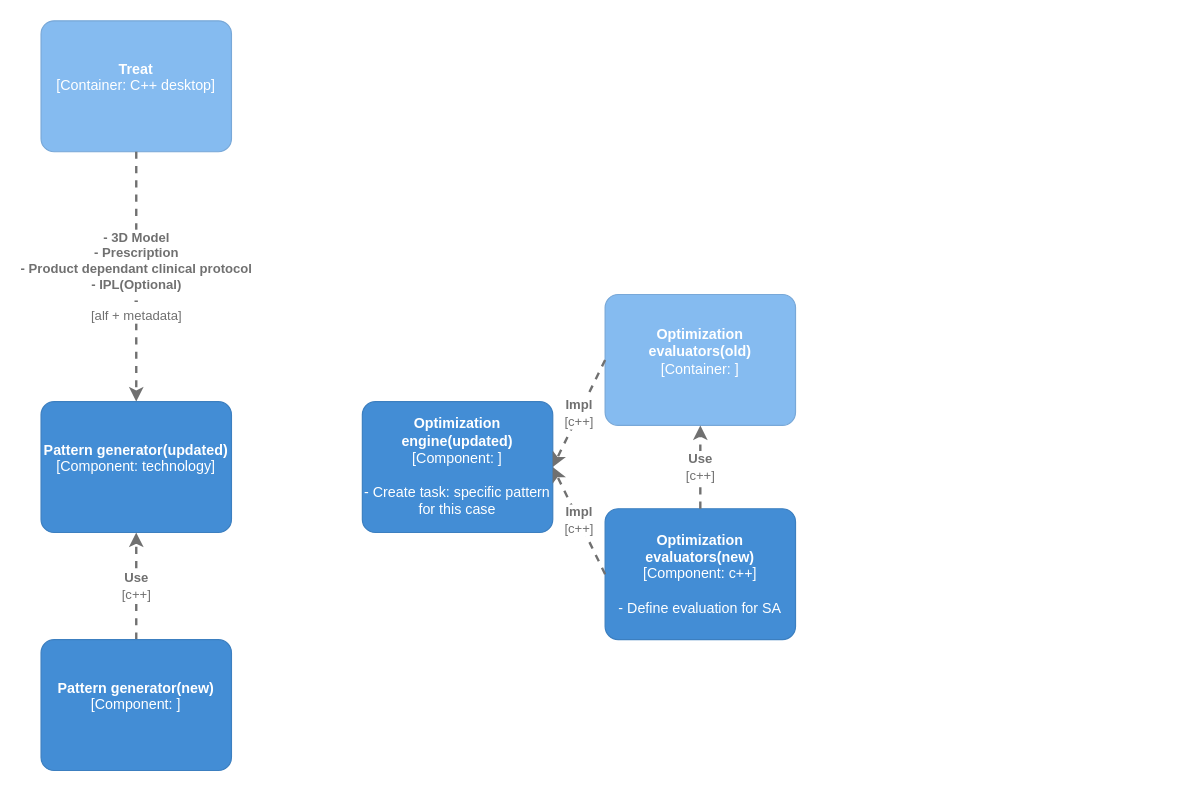
This is systemcontext/sa_treat_thor.drawio from szaluzhskiy/sma_architecture_diagrams, a draw.io file, before an edit. Source tidied: cells renumbered, new cells numbered last; positions are measured from the earlier drawing's top-left corner, leaving out a move shared by most shapes. Both pictures are drawn from the tidied source at 119%, with x=0, y=0 at pixel (40, 20).
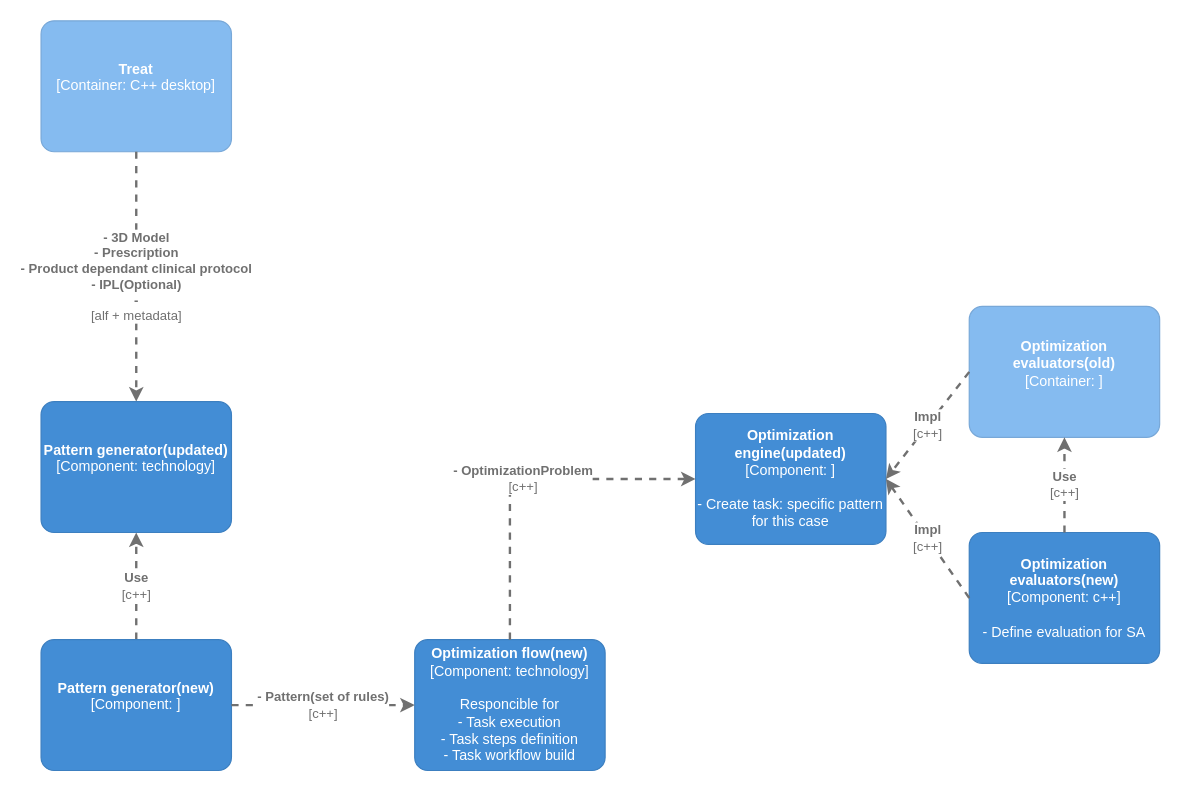
The same diagram, later.

The change refers to these unchanged cells:
```xml
<object id="12" label="&lt;b&gt;%c4Name%&lt;/b&gt;&lt;div&gt;[%c4Type%: %c4Technology%]&lt;/div&gt;&lt;br&gt;&lt;div&gt;%c4Description%&lt;/div&gt;" c4Description="" c4Name="Pattern generator(new)" c4Technology="" c4Type="Component" placeholders="1">
  <mxCell style="rounded=1;whiteSpace=wrap;html=1;labelBackgroundColor=none;fillColor=#438DD5;fontColor=#ffffff;align=center;arcSize=10;strokeColor=#3C7FC0;metaData={&quot;c4Type&quot;:{&quot;editable&quot;:false}};points=[[0.25,0,0],[0.5,0,0],[0.75,0,0],[1,0.25,0],[1,0.5,0],[1,0.75,0],[0.75,1,0],[0.5,1,0],[0.25,1,0],[0,0.75,0],[0,0.5,0],[0,0.25,0]];" parent="1" vertex="1">
    <mxGeometry y="520" width="160" height="110" as="geometry" />
  </mxCell>
</object>
```

The edit, as a diff of the source:
```diff
@@
     <object id="3" label="&lt;b&gt;%c4Name%&lt;/b&gt;&lt;div&gt;[%c4Type%: %c4Technology%]&lt;/div&gt;&lt;br&gt;&lt;div&gt;%c4Description%&lt;/div&gt;" c4Description="- Create task: specific pattern for this case&#10;" c4Name="Optimization engine(updated)" c4Technology="" c4Type="Component" placeholders="1">
       <mxCell style="rounded=1;whiteSpace=wrap;html=1;labelBackgroundColor=none;fillColor=#438DD5;fontColor=#ffffff;align=center;arcSize=10;strokeColor=#3C7FC0;metaData={&quot;c4Type&quot;:{&quot;editable&quot;:false}};points=[[0.25,0,0],[0.5,0,0],[0.75,0,0],[1,0.25,0],[1,0.5,0],[1,0.75,0],[0.75,1,0],[0.5,1,0],[0.25,1,0],[0,0.75,0],[0,0.5,0],[0,0.25,0]];" parent="1" vertex="1">
-        <mxGeometry x="270" y="320" width="160" height="110" as="geometry" />
+        <mxGeometry x="550" y="330" width="160" height="110" as="geometry" />
       </mxCell>
     </object>
@@
     <object id="5" label="&lt;b&gt;%c4Name%&lt;/b&gt;&lt;div&gt;[%c4Type%: %c4Technology%]&lt;/div&gt;&lt;br&gt;&lt;div&gt;%c4Description%&lt;/div&gt;" c4Description="- Define evaluation for SA " c4Name="Optimization evaluators(new)" c4Technology="c++" c4Type="Component" placeholders="1">
       <mxCell style="rounded=1;whiteSpace=wrap;html=1;labelBackgroundColor=none;fillColor=#438DD5;fontColor=#ffffff;align=center;arcSize=10;strokeColor=#3C7FC0;metaData={&quot;c4Type&quot;:{&quot;editable&quot;:false}};points=[[0.25,0,0],[0.5,0,0],[0.75,0,0],[1,0.25,0],[1,0.5,0],[1,0.75,0],[0.75,1,0],[0.5,1,0],[0.25,1,0],[0,0.75,0],[0,0.5,0],[0,0.25,0]];" parent="1" vertex="1">
-        <mxGeometry x="474" y="410" width="160" height="110" as="geometry" />
+        <mxGeometry x="780" y="430" width="160" height="110" as="geometry" />
       </mxCell>
     </object>
     <object id="6" label="&lt;b&gt;%c4Name%&lt;/b&gt;&lt;div&gt;[%c4Type%: %c4Technology%]&lt;/div&gt;&lt;br&gt;&lt;div&gt;%c4Description%&lt;/div&gt;" c4Description="" c4Name="Optimization evaluators(old)" c4Technology="" c4Type="Container" placeholders="1">
       <mxCell style="rounded=1;whiteSpace=wrap;html=1;labelBackgroundColor=none;fillColor=#85BBF0;fontColor=#ffffff;align=center;arcSize=10;strokeColor=#78A8D8;metaData={&quot;c4Type&quot;:{&quot;editable&quot;:false}};points=[[0.25,0,0],[0.5,0,0],[0.75,0,0],[1,0.25,0],[1,0.5,0],[1,0.75,0],[0.75,1,0],[0.5,1,0],[0.25,1,0],[0,0.75,0],[0,0.5,0],[0,0.25,0]];" parent="1" vertex="1">
-        <mxGeometry x="474" y="230" width="160" height="110" as="geometry" />
+        <mxGeometry x="780" y="240" width="160" height="110" as="geometry" />
       </mxCell>
     </object>
@@
+    <object id="13" label="&lt;b&gt;%c4Name%&lt;/b&gt;&lt;div&gt;[%c4Type%: %c4Technology%]&lt;/div&gt;&lt;br&gt;&lt;div&gt;%c4Description%&lt;/div&gt;" c4Description="Responcible for&#10;  - Task execution&#10;  - Task steps definition&#10;  - Task workflow build&#10;" c4Name="Optimization flow(new)" c4Technology="technology" c4Type="Component" placeholders="1">
+      <mxCell style="rounded=1;whiteSpace=wrap;html=1;labelBackgroundColor=none;fillColor=#438DD5;fontColor=#ffffff;align=center;arcSize=10;strokeColor=#3C7FC0;metaData={&quot;c4Type&quot;:{&quot;editable&quot;:false}};points=[[0.25,0,0],[0.5,0,0],[0.75,0,0],[1,0.25,0],[1,0.5,0],[1,0.75,0],[0.75,1,0],[0.5,1,0],[0.25,1,0],[0,0.75,0],[0,0.5,0],[0,0.25,0]];" parent="1" vertex="1">
+        <mxGeometry x="314" y="520" width="160" height="110" as="geometry" />
+      </mxCell>
+    </object>
+    <object id="14" label="&lt;div style=&quot;text-align: left&quot;&gt;&lt;div style=&quot;text-align: center&quot;&gt;&lt;b&gt;%c4Description%&lt;/b&gt;&lt;/div&gt;&lt;div style=&quot;text-align: center&quot;&gt;[%c4Technology%]&lt;/div&gt;&lt;/div&gt;" c4Description="- Pattern(set of rules)" c4Technology="c++" placeholders="1">
+      <mxCell style="edgeStyle=none;rounded=0;html=1;entryX=0;entryY=0.5;jettySize=auto;strokeColor=#707070;strokeWidth=2;fontColor=#707070;jumpStyle=none;dashed=1;metaData={&quot;c4Type&quot;:{&quot;editable&quot;:false}};exitX=1;exitY=0.5;exitDx=0;exitDy=0;exitPerimeter=0;entryDx=0;entryDy=0;entryPerimeter=0;" parent="1" edge="1" source="12" target="13">
+        <mxGeometry relative="1" as="geometry" />
+      </mxCell>
+    </object>
+    <object id="15" label="&lt;div style=&quot;text-align: left&quot;&gt;&lt;div style=&quot;text-align: center&quot;&gt;&lt;b&gt;%c4Description%&lt;/b&gt;&lt;/div&gt;&lt;div style=&quot;text-align: center&quot;&gt;[%c4Technology%]&lt;/div&gt;&lt;/div&gt;" c4Description="- OptimizationProblem" c4Technology="c++" placeholders="1">
+      <mxCell style="edgeStyle=none;rounded=0;html=1;entryX=0;entryY=0.5;jettySize=auto;strokeColor=#707070;strokeWidth=2;fontColor=#707070;jumpStyle=none;dashed=1;metaData={&quot;c4Type&quot;:{&quot;editable&quot;:false}};exitX=0.5;exitY=0;exitDx=0;exitDy=0;exitPerimeter=0;entryDx=0;entryDy=0;entryPerimeter=0;" parent="1" edge="1" source="13" target="3">
+        <mxGeometry relative="1" as="geometry">
+          <Array as="points">
+            <mxPoint x="394" y="385" />
+          </Array>
+        </mxGeometry>
+      </mxCell>
+    </object>
```
